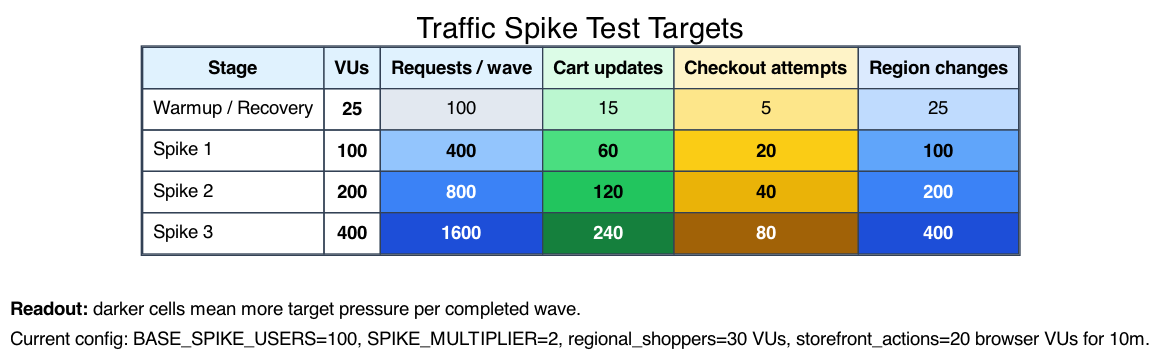
Earlier version of the Graphviz export docs/graphviz/traffic-spike-target-heatmap.png (orenlion1/ensemble-retail). Its source is kept beside it as docs/graphviz/traffic-spike-target-heatmap.dot. Its diagram source:
```dot
digraph traffic_spike_target_heatmap {
  graph [rankdir=TB, labelloc=t, label="Traffic Spike Test Targets", fontsize=22, fontname="Helvetica", nodesep=0.35, ranksep=0.4];
  node [shape=plain, fontname="Helvetica"];
  edge [style=invis];

  target_heatmap [label=<
    <TABLE BORDER="1" CELLBORDER="1" CELLSPACING="0" CELLPADDING="7" COLOR="#334155">
      <TR><TD BGCOLOR="#e0f2fe"><B>Stage</B></TD><TD BGCOLOR="#e0f2fe"><B>VUs</B></TD><TD BGCOLOR="#e0f2fe"><B>Requests / wave</B></TD><TD BGCOLOR="#dcfce7"><B>Cart updates</B></TD><TD BGCOLOR="#fef3c7"><B>Checkout attempts</B></TD><TD BGCOLOR="#dbeafe"><B>Region changes</B></TD></TR>
      <TR><TD ALIGN="LEFT">Warmup / Recovery</TD><TD><B>25</B></TD><TD BGCOLOR="#e2e8f0">100</TD><TD BGCOLOR="#bbf7d0">15</TD><TD BGCOLOR="#fde68a">5</TD><TD BGCOLOR="#bfdbfe">25</TD></TR>
      <TR><TD ALIGN="LEFT">Spike 1</TD><TD><B>100</B></TD><TD BGCOLOR="#93c5fd"><B>400</B></TD><TD BGCOLOR="#4ade80"><B>60</B></TD><TD BGCOLOR="#facc15"><B>20</B></TD><TD BGCOLOR="#60a5fa"><B>100</B></TD></TR>
      <TR><TD ALIGN="LEFT">Spike 2</TD><TD><B>200</B></TD><TD BGCOLOR="#3b82f6"><FONT COLOR="white"><B>800</B></FONT></TD><TD BGCOLOR="#22c55e"><B>120</B></TD><TD BGCOLOR="#eab308"><B>40</B></TD><TD BGCOLOR="#3b82f6"><FONT COLOR="white"><B>200</B></FONT></TD></TR>
      <TR><TD ALIGN="LEFT">Spike 3</TD><TD><B>400</B></TD><TD BGCOLOR="#1d4ed8"><FONT COLOR="white"><B>1600</B></FONT></TD><TD BGCOLOR="#15803d"><FONT COLOR="white"><B>240</B></FONT></TD><TD BGCOLOR="#a16207"><FONT COLOR="white"><B>80</B></FONT></TD><TD BGCOLOR="#1d4ed8"><FONT COLOR="white"><B>400</B></FONT></TD></TR>
    </TABLE>
  >];

  target_note [label=<
    <TABLE BORDER="0" CELLBORDER="0" CELLSPACING="0" CELLPADDING="4">
      <TR><TD ALIGN="LEFT"><B>Readout:</B> darker cells mean more target pressure per completed wave.</TD></TR>
      <TR><TD ALIGN="LEFT">Current config: BASE_SPIKE_USERS=100, SPIKE_MULTIPLIER=2, regional_shoppers=30 VUs, storefront_actions=20 browser VUs for 10m.</TD></TR>
    </TABLE>
  >];

  target_heatmap -> target_note;
}
```
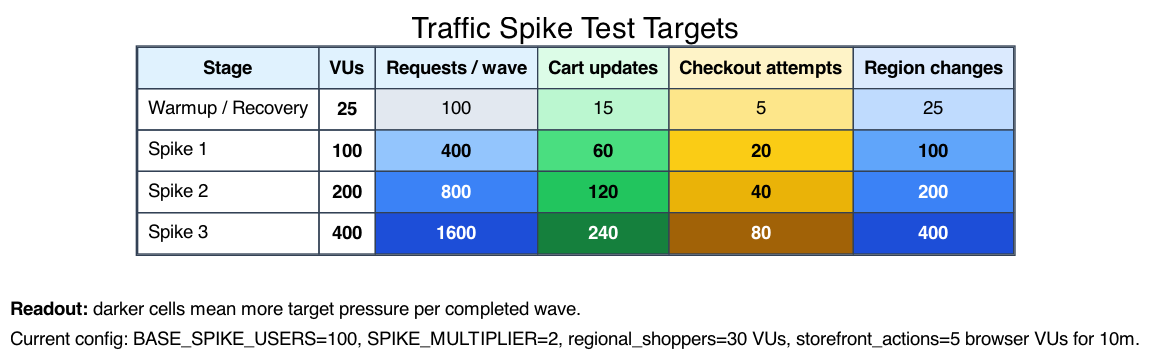
The same file after the commit.

What changed in the source:
```diff
@@ -16,7 +16,7 @@
   target_note [label=<
     <TABLE BORDER="0" CELLBORDER="0" CELLSPACING="0" CELLPADDING="4">
       <TR><TD ALIGN="LEFT"><B>Readout:</B> darker cells mean more target pressure per completed wave.</TD></TR>
-      <TR><TD ALIGN="LEFT">Current config: BASE_SPIKE_USERS=100, SPIKE_MULTIPLIER=2, regional_shoppers=30 VUs, storefront_actions=20 browser VUs for 10m.</TD></TR>
+      <TR><TD ALIGN="LEFT">Current config: BASE_SPIKE_USERS=100, SPIKE_MULTIPLIER=2, regional_shoppers=30 VUs, storefront_actions=5 browser VUs for 10m.</TD></TR>
     </TABLE>
   >];
 
```
